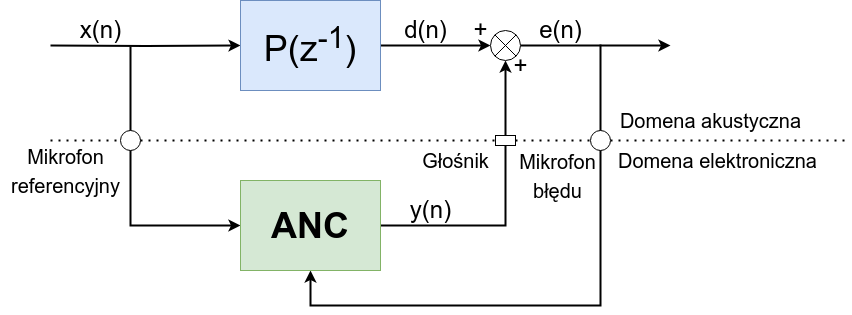
This is docs/polsl/thesis/graf/analysis/scheme_0.png from kopiecki/anc, a draw.io export, as it was before one commit. Source tidied: cells renumbered, new cells last; positions are measured from the earlier drawing's top-left corner, leaving out a move shared by most shapes.
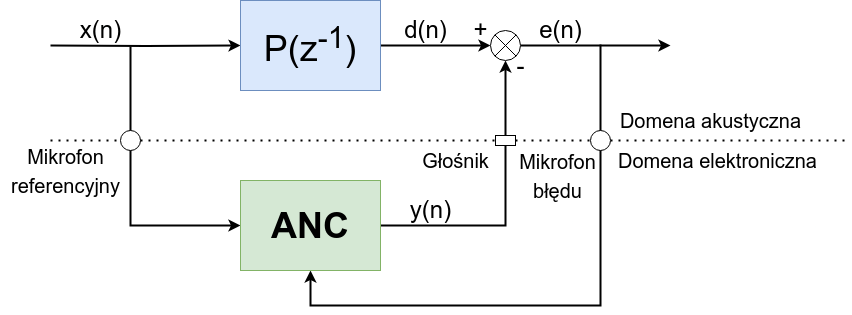
The same file after the commit.

Change to the diagram source:
```diff
@@ -67,8 +67,8 @@
     <mxCell id="17" value="y(n)" style="text;html=1;align=center;verticalAlign=middle;strokeColor=none;fillColor=none;fontSize=24;" parent="1" vertex="1">
       <mxGeometry x="400" y="190" width="60" height="40" as="geometry" />
     </mxCell>
-    <mxCell id="18" value="+" style="text;html=1;align=center;verticalAlign=middle;strokeColor=none;fillColor=none;fontSize=24;" parent="1" vertex="1">
-      <mxGeometry x="500" y="46" width="40" height="40" as="geometry" />
+    <mxCell id="18" value="-" style="text;html=1;align=center;verticalAlign=middle;strokeColor=none;fillColor=none;fontSize=24;" parent="1" vertex="1">
+      <mxGeometry x="505" y="46" width="30" height="40" as="geometry" />
     </mxCell>
     <mxCell id="19" value="+" style="text;html=1;align=center;verticalAlign=middle;strokeColor=none;fillColor=none;fontSize=24;" parent="1" vertex="1">
       <mxGeometry x="460" y="10" width="40" height="40" as="geometry" />
```
